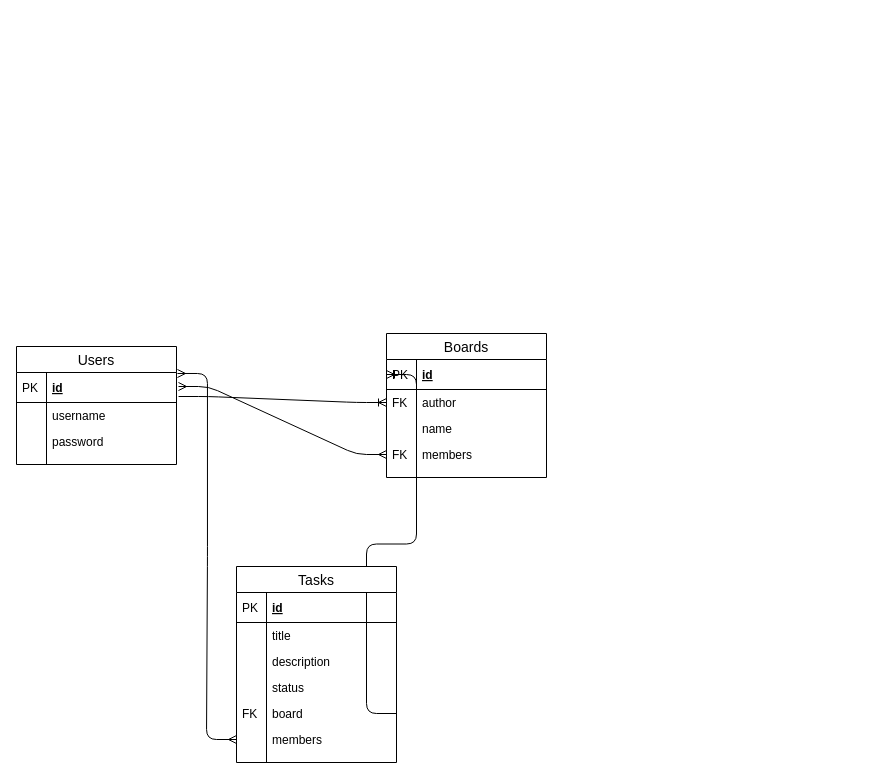
Before: server/database_design.drawio in hovanvydut/CRUD_Task, a draw.io diagram. Source tidied: cells renumbered, new cells numbered last; positions are measured from the earlier drawing's top-left corner, leaving out a move shared by most shapes. Both pictures are drawn from the tidied source at 100%, with x=0, y=0 at pixel (16, 333).
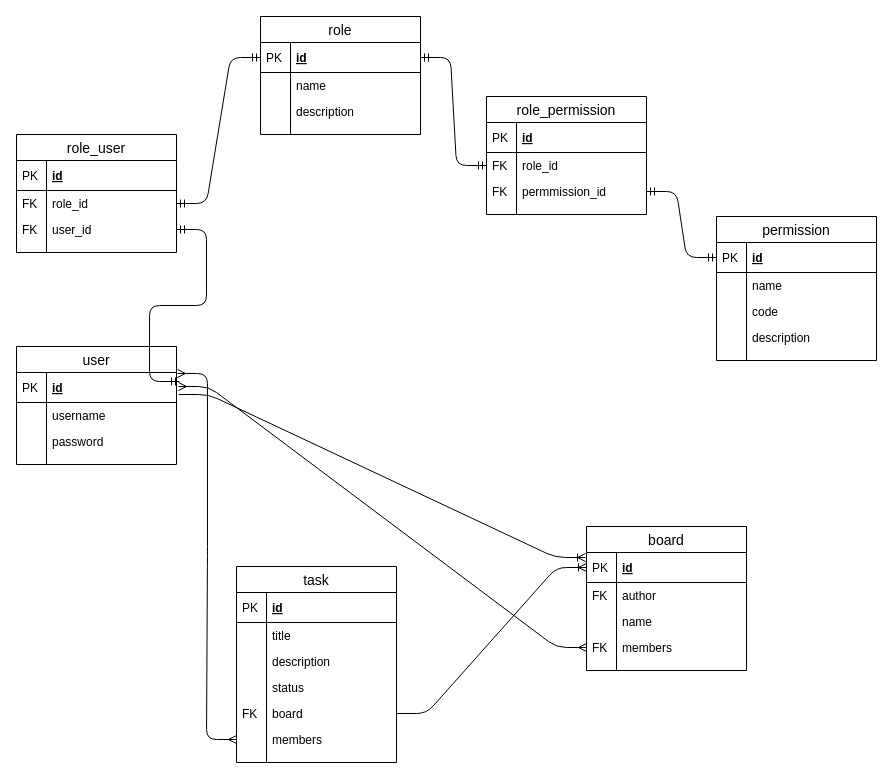
The same page after the edit.

The change refers to these unchanged cells:
```xml
<mxCell id="3" value="id" style="shape=partialRectangle;top=0;left=0;right=0;bottom=1;align=left;verticalAlign=middle;fillColor=none;spacingLeft=34;spacingRight=4;overflow=hidden;points=[[0,0.5],[1,0.5]];portConstraint=eastwest;fontStyle=5;fontSize=12;" parent="2" vertex="1">
  <mxGeometry y="26" width="160" height="30" as="geometry" />
</mxCell>
```

The edit, as a diff of the source:
```diff
@@
-    <mxCell id="2" value="Users" style="swimlane;fontStyle=0;horizontal=1;startSize=26;align=center;fontSize=14;" parent="1" vertex="1">
+    <mxCell id="2" value="user" style="swimlane;fontStyle=0;horizontal=1;startSize=26;align=center;fontSize=14;" parent="1" vertex="1">
       <mxGeometry y="13" width="160" height="118" as="geometry" />
     </mxCell>
@@
-    <mxCell id="11" value="Boards" style="swimlane;fontStyle=0;horizontal=1;startSize=26;align=center;fontSize=14;" parent="1" vertex="1">
-      <mxGeometry x="370" width="160" height="144" as="geometry" />
-    </mxCell>
-    <mxCell id="12" value="id" style="shape=partialRectangle;top=0;left=0;right=0;bottom=1;align=left;verticalAlign=middle;fillColor=none;spacingLeft=34;spacingRight=4;overflow=hidden;points=[[0,0.5],[1,0.5]];portConstraint=eastwest;fontStyle=5;fontSize=12;" parent="11" vertex="1">
-      <mxGeometry y="26" width="160" height="30" as="geometry" />
-    </mxCell>
-    <mxCell id="13" value="PK" style="shape=partialRectangle;top=0;left=0;bottom=0;fillColor=none;align=left;verticalAlign=middle;spacingLeft=4;spacingRight=4;overflow=hidden;fontSize=12;" parent="12" vertex="1">
-      <mxGeometry width="30" height="30" as="geometry" />
-    </mxCell>
-    <mxCell id="14" value="author" style="shape=partialRectangle;top=0;left=0;right=0;bottom=0;align=left;verticalAlign=top;fillColor=none;spacingLeft=34;spacingRight=4;overflow=hidden;points=[[0,0.5],[1,0.5]];portConstraint=eastwest;fontSize=12;" parent="11" vertex="1">
-      <mxGeometry y="56" width="160" height="26" as="geometry" />
-    </mxCell>
-    <mxCell id="15" value="FK" style="shape=partialRectangle;top=0;left=0;bottom=0;fillColor=none;align=left;verticalAlign=top;spacingLeft=4;spacingRight=4;overflow=hidden;fontSize=12;" parent="14" vertex="1">
-      <mxGeometry width="30" height="26" as="geometry" />
-    </mxCell>
-    <mxCell id="16" value="name" style="shape=partialRectangle;top=0;left=0;right=0;bottom=0;align=left;verticalAlign=top;fillColor=none;spacingLeft=34;spacingRight=4;overflow=hidden;fontSize=12;" parent="11" vertex="1">
-      <mxGeometry y="82" width="160" height="26" as="geometry" />
-    </mxCell>
-    <mxCell id="17" style="shape=partialRectangle;top=0;left=0;bottom=0;fillColor=none;align=left;verticalAlign=top;spacingLeft=4;spacingRight=4;overflow=hidden;fontSize=12;" parent="16" vertex="1">
-      <mxGeometry width="30" height="26" as="geometry" />
-    </mxCell>
-    <mxCell id="18" value="members" style="shape=partialRectangle;top=0;left=0;right=0;bottom=0;align=left;verticalAlign=top;fillColor=none;spacingLeft=34;spacingRight=4;overflow=hidden;points=[[0,0.5],[1,0.5]];portConstraint=eastwest;fontSize=12;" parent="11" vertex="1">
-      <mxGeometry y="108" width="160" height="26" as="geometry" />
-    </mxCell>
-    <mxCell id="19" value="FK" style="shape=partialRectangle;top=0;left=0;bottom=0;fillColor=none;align=left;verticalAlign=top;spacingLeft=4;spacingRight=4;overflow=hidden;fontSize=12;" parent="18" vertex="1">
-      <mxGeometry width="30" height="26" as="geometry" />
-    </mxCell>
-    <mxCell id="20" style="shape=partialRectangle;top=0;left=0;right=0;bottom=0;align=left;verticalAlign=top;fillColor=none;spacingLeft=34;spacingRight=4;overflow=hidden;fontSize=12;" parent="11" vertex="1">
-      <mxGeometry y="134" width="160" height="10" as="geometry" />
-    </mxCell>
-    <mxCell id="21" style="shape=partialRectangle;top=0;left=0;bottom=0;fillColor=none;align=left;verticalAlign=top;spacingLeft=4;spacingRight=4;overflow=hidden;fontSize=12;" parent="20" vertex="1">
-      <mxGeometry width="30" height="10" as="geometry" />
-    </mxCell>
-    <mxCell id="22" style="edgeStyle=entityRelationEdgeStyle;fontSize=12;html=1;endArrow=ERoneToMany;exitX=1.013;exitY=0.8;exitDx=0;exitDy=0;exitPerimeter=0;entryX=0;entryY=0.5;entryDx=0;entryDy=0;" parent="1" edge="1" source="3" target="14">
-      <mxGeometry relative="1" as="geometry" />
+    <mxCell id="22" style="edgeStyle=entityRelationEdgeStyle;fontSize=12;html=1;endArrow=ERoneToMany;exitX=1.013;exitY=0.8;exitDx=0;exitDy=0;exitPerimeter=0;entryX=-0.006;entryY=0.167;entryDx=0;entryDy=0;entryPerimeter=0;" parent="1" edge="1" target="12">
+      <mxGeometry relative="1" as="geometry">
+        <mxPoint x="162.1" y="61" as="sourcePoint" />
+      </mxGeometry>
     </mxCell>
@@
-    <mxCell id="26" value="Tasks" style="swimlane;fontStyle=0;horizontal=1;startSize=26;align=center;fontSize=14;" parent="1" vertex="1">
+    <mxCell id="26" value="task" style="swimlane;fontStyle=0;horizontal=1;startSize=26;align=center;fontSize=14;" parent="1" vertex="1">
       <mxGeometry x="220" y="233" width="160" height="196" as="geometry" />
     </mxCell>
@@
+    <mxCell id="41" value="role" style="swimlane;fontStyle=0;horizontal=1;startSize=26;align=center;fontSize=14;" parent="1" vertex="1">
+      <mxGeometry x="244" y="-317" width="160" height="118" as="geometry" />
+    </mxCell>
+    <mxCell id="42" value="id" style="shape=partialRectangle;top=0;left=0;right=0;bottom=1;align=left;verticalAlign=middle;fillColor=none;spacingLeft=34;spacingRight=4;overflow=hidden;points=[[0,0.5],[1,0.5]];portConstraint=eastwest;fontStyle=5;fontSize=12;" parent="41" vertex="1">
+      <mxGeometry y="26" width="160" height="30" as="geometry" />
+    </mxCell>
+    <mxCell id="43" value="PK" style="shape=partialRectangle;top=0;left=0;bottom=0;fillColor=none;align=left;verticalAlign=middle;spacingLeft=4;spacingRight=4;overflow=hidden;fontSize=12;" parent="42" vertex="1">
+      <mxGeometry width="30" height="30" as="geometry" />
+    </mxCell>
+    <mxCell id="44" value="name" style="shape=partialRectangle;top=0;left=0;right=0;bottom=0;align=left;verticalAlign=top;fillColor=none;spacingLeft=34;spacingRight=4;overflow=hidden;fontSize=12;" parent="41" vertex="1">
+      <mxGeometry y="56" width="160" height="26" as="geometry" />
+    </mxCell>
+    <mxCell id="45" style="shape=partialRectangle;top=0;left=0;bottom=0;fillColor=none;align=left;verticalAlign=top;spacingLeft=4;spacingRight=4;overflow=hidden;fontSize=12;" parent="44" vertex="1">
+      <mxGeometry width="30" height="26" as="geometry" />
+    </mxCell>
+    <mxCell id="46" value="description" style="shape=partialRectangle;top=0;left=0;right=0;bottom=0;align=left;verticalAlign=top;fillColor=none;spacingLeft=34;spacingRight=4;overflow=hidden;fontSize=12;" parent="41" vertex="1">
+      <mxGeometry y="82" width="160" height="26" as="geometry" />
+    </mxCell>
+    <mxCell id="47" style="shape=partialRectangle;top=0;left=0;bottom=0;fillColor=none;align=left;verticalAlign=top;spacingLeft=4;spacingRight=4;overflow=hidden;fontSize=12;" parent="46" vertex="1">
+      <mxGeometry width="30" height="26" as="geometry" />
+    </mxCell>
+    <mxCell id="48" style="shape=partialRectangle;top=0;left=0;right=0;bottom=0;align=left;verticalAlign=top;fillColor=none;spacingLeft=34;spacingRight=4;overflow=hidden;fontSize=12;" parent="41" vertex="1">
+      <mxGeometry y="108" width="160" height="10" as="geometry" />
+    </mxCell>
+    <mxCell id="49" style="shape=partialRectangle;top=0;left=0;bottom=0;fillColor=none;align=left;verticalAlign=top;spacingLeft=4;spacingRight=4;overflow=hidden;fontSize=12;" parent="48" vertex="1">
+      <mxGeometry width="30" height="10" as="geometry" />
+    </mxCell>
+    <mxCell id="50" value="role_user" style="swimlane;fontStyle=0;horizontal=1;startSize=26;align=center;fontSize=14;" parent="1" vertex="1">
+      <mxGeometry y="-199" width="160" height="118" as="geometry" />
+    </mxCell>
+    <mxCell id="51" value="id" style="shape=partialRectangle;top=0;left=0;right=0;bottom=1;align=left;verticalAlign=middle;fillColor=none;spacingLeft=34;spacingRight=4;overflow=hidden;fontStyle=5;fontSize=12;" parent="50" vertex="1">
+      <mxGeometry y="26" width="160" height="30" as="geometry" />
+    </mxCell>
+    <mxCell id="52" value="PK" style="shape=partialRectangle;top=0;left=0;bottom=0;fillColor=none;align=left;verticalAlign=middle;spacingLeft=4;spacingRight=4;overflow=hidden;fontSize=12;" parent="51" vertex="1">
+      <mxGeometry width="30" height="30" as="geometry" />
+    </mxCell>
+    <mxCell id="53" value="role_id" style="shape=partialRectangle;top=0;left=0;right=0;bottom=0;align=left;verticalAlign=top;fillColor=none;spacingLeft=34;spacingRight=4;overflow=hidden;points=[[0,0.5],[1,0.5]];portConstraint=eastwest;fontSize=12;" parent="50" vertex="1">
+      <mxGeometry y="56" width="160" height="26" as="geometry" />
+    </mxCell>
+    <mxCell id="54" value="FK" style="shape=partialRectangle;top=0;left=0;bottom=0;fillColor=none;align=left;verticalAlign=top;spacingLeft=4;spacingRight=4;overflow=hidden;fontSize=12;" parent="53" vertex="1">
+      <mxGeometry width="30" height="26" as="geometry" />
+    </mxCell>
+    <mxCell id="55" value="user_id" style="shape=partialRectangle;top=0;left=0;right=0;bottom=0;align=left;verticalAlign=top;fillColor=none;spacingLeft=34;spacingRight=4;overflow=hidden;points=[[0,0.5],[1,0.5]];portConstraint=eastwest;fontSize=12;" parent="50" vertex="1">
+      <mxGeometry y="82" width="160" height="26" as="geometry" />
+    </mxCell>
+    <mxCell id="56" value="FK" style="shape=partialRectangle;top=0;left=0;bottom=0;fillColor=none;align=left;verticalAlign=top;spacingLeft=4;spacingRight=4;overflow=hidden;fontSize=12;" parent="55" vertex="1">
+      <mxGeometry width="30" height="26" as="geometry" />
+    </mxCell>
+    <mxCell id="57" style="shape=partialRectangle;top=0;left=0;right=0;bottom=0;align=left;verticalAlign=top;fillColor=none;spacingLeft=34;spacingRight=4;overflow=hidden;fontSize=12;" parent="50" vertex="1">
+      <mxGeometry y="108" width="160" height="10" as="geometry" />
+    </mxCell>
+    <mxCell id="58" style="shape=partialRectangle;top=0;left=0;bottom=0;fillColor=none;align=left;verticalAlign=top;spacingLeft=4;spacingRight=4;overflow=hidden;fontSize=12;" parent="57" vertex="1">
+      <mxGeometry width="30" height="10" as="geometry" />
+    </mxCell>
+    <mxCell id="59" style="edgeStyle=entityRelationEdgeStyle;fontSize=12;html=1;endArrow=ERmandOne;startArrow=ERmandOne;entryX=0;entryY=0.5;entryDx=0;entryDy=0;exitX=1;exitY=0.5;exitDx=0;exitDy=0;" parent="1" edge="1" source="53" target="42">
+      <mxGeometry relative="1" as="geometry" />
+    </mxCell>
+    <mxCell id="60" style="edgeStyle=entityRelationEdgeStyle;fontSize=12;html=1;endArrow=ERmandOne;startArrow=ERmandOne;entryX=1;entryY=0.5;entryDx=0;entryDy=0;exitX=1.019;exitY=0.3;exitDx=0;exitDy=0;exitPerimeter=0;" parent="1" edge="1" source="3" target="55">
+      <mxGeometry relative="1" as="geometry" />
+    </mxCell>
+    <mxCell id="61" value="role_permission" style="swimlane;fontStyle=0;horizontal=1;startSize=26;align=center;fontSize=14;" parent="1" vertex="1">
+      <mxGeometry x="470" y="-237" width="160" height="118" as="geometry" />
+    </mxCell>
+    <mxCell id="62" value="id" style="shape=partialRectangle;top=0;left=0;right=0;bottom=1;align=left;verticalAlign=middle;fillColor=none;spacingLeft=34;spacingRight=4;overflow=hidden;fontStyle=5;fontSize=12;" parent="61" vertex="1">
+      <mxGeometry y="26" width="160" height="30" as="geometry" />
+    </mxCell>
+    <mxCell id="63" value="PK" style="shape=partialRectangle;top=0;left=0;bottom=0;fillColor=none;align=left;verticalAlign=middle;spacingLeft=4;spacingRight=4;overflow=hidden;fontSize=12;" parent="62" vertex="1">
+      <mxGeometry width="30" height="30" as="geometry" />
+    </mxCell>
+    <mxCell id="64" value="role_id" style="shape=partialRectangle;top=0;left=0;right=0;bottom=0;align=left;verticalAlign=top;fillColor=none;spacingLeft=34;spacingRight=4;overflow=hidden;points=[[0,0.5],[1,0.5]];portConstraint=eastwest;fontSize=12;" parent="61" vertex="1">
+      <mxGeometry y="56" width="160" height="26" as="geometry" />
+    </mxCell>
+    <mxCell id="65" value="FK" style="shape=partialRectangle;top=0;left=0;bottom=0;fillColor=none;align=left;verticalAlign=top;spacingLeft=4;spacingRight=4;overflow=hidden;fontSize=12;" parent="64" vertex="1">
+      <mxGeometry width="30" height="26" as="geometry" />
+    </mxCell>
+    <mxCell id="66" value="permmission_id" style="shape=partialRectangle;top=0;left=0;right=0;bottom=0;align=left;verticalAlign=top;fillColor=none;spacingLeft=34;spacingRight=4;overflow=hidden;points=[[0,0.5],[1,0.5]];portConstraint=eastwest;fontSize=12;" parent="61" vertex="1">
+      <mxGeometry y="82" width="160" height="26" as="geometry" />
+    </mxCell>
+    <mxCell id="67" value="FK" style="shape=partialRectangle;top=0;left=0;bottom=0;fillColor=none;align=left;verticalAlign=top;spacingLeft=4;spacingRight=4;overflow=hidden;fontSize=12;" parent="66" vertex="1">
+      <mxGeometry width="30" height="26" as="geometry" />
+    </mxCell>
+    <mxCell id="68" style="shape=partialRectangle;top=0;left=0;right=0;bottom=0;align=left;verticalAlign=top;fillColor=none;spacingLeft=34;spacingRight=4;overflow=hidden;fontSize=12;" parent="61" vertex="1">
+      <mxGeometry y="108" width="160" height="10" as="geometry" />
+    </mxCell>
+    <mxCell id="69" style="shape=partialRectangle;top=0;left=0;bottom=0;fillColor=none;align=left;verticalAlign=top;spacingLeft=4;spacingRight=4;overflow=hidden;fontSize=12;" parent="68" vertex="1">
+      <mxGeometry width="30" height="10" as="geometry" />
+    </mxCell>
+    <mxCell id="70" style="edgeStyle=entityRelationEdgeStyle;fontSize=12;html=1;endArrow=ERmandOne;startArrow=ERmandOne;entryX=0;entryY=0.5;entryDx=0;entryDy=0;exitX=1;exitY=0.5;exitDx=0;exitDy=0;" parent="1" edge="1" source="42" target="64">
+      <mxGeometry relative="1" as="geometry" />
+    </mxCell>
+    <mxCell id="71" style="edgeStyle=entityRelationEdgeStyle;fontSize=12;html=1;endArrow=ERmandOne;startArrow=ERmandOne;entryX=0;entryY=0.5;entryDx=0;entryDy=0;exitX=1;exitY=0.5;exitDx=0;exitDy=0;" parent="1" edge="1" source="66" target="73">
+      <mxGeometry relative="1" as="geometry" />
+    </mxCell>
+    <mxCell id="72" value="permission" style="swimlane;fontStyle=0;horizontal=1;startSize=26;align=center;fontSize=14;" parent="1" vertex="1">
+      <mxGeometry x="700" y="-117" width="160" height="144" as="geometry" />
+    </mxCell>
+    <mxCell id="73" value="id" style="shape=partialRectangle;top=0;left=0;right=0;bottom=1;align=left;verticalAlign=middle;fillColor=none;spacingLeft=34;spacingRight=4;overflow=hidden;points=[[0,0.5],[1,0.5]];portConstraint=eastwest;fontStyle=5;fontSize=12;" parent="72" vertex="1">
+      <mxGeometry y="26" width="160" height="30" as="geometry" />
+    </mxCell>
+    <mxCell id="74" value="PK" style="shape=partialRectangle;top=0;left=0;bottom=0;fillColor=none;align=left;verticalAlign=middle;spacingLeft=4;spacingRight=4;overflow=hidden;fontSize=12;" parent="73" vertex="1">
+      <mxGeometry width="30" height="30" as="geometry" />
+    </mxCell>
+    <mxCell id="75" value="name" style="shape=partialRectangle;top=0;left=0;right=0;bottom=0;align=left;verticalAlign=top;fillColor=none;spacingLeft=34;spacingRight=4;overflow=hidden;fontSize=12;" parent="72" vertex="1">
+      <mxGeometry y="56" width="160" height="26" as="geometry" />
+    </mxCell>
+    <mxCell id="76" style="shape=partialRectangle;top=0;left=0;bottom=0;fillColor=none;align=left;verticalAlign=top;spacingLeft=4;spacingRight=4;overflow=hidden;fontSize=12;" parent="75" vertex="1">
+      <mxGeometry width="30" height="26" as="geometry" />
+    </mxCell>
+    <mxCell id="77" value="code" style="shape=partialRectangle;top=0;left=0;right=0;bottom=0;align=left;verticalAlign=top;fillColor=none;spacingLeft=34;spacingRight=4;overflow=hidden;fontSize=12;" parent="72" vertex="1">
+      <mxGeometry y="82" width="160" height="26" as="geometry" />
+    </mxCell>
+    <mxCell id="78" style="shape=partialRectangle;top=0;left=0;bottom=0;fillColor=none;align=left;verticalAlign=top;spacingLeft=4;spacingRight=4;overflow=hidden;fontSize=12;" parent="77" vertex="1">
+      <mxGeometry width="30" height="26" as="geometry" />
+    </mxCell>
+    <mxCell id="79" value="description" style="shape=partialRectangle;top=0;left=0;right=0;bottom=0;align=left;verticalAlign=top;fillColor=none;spacingLeft=34;spacingRight=4;overflow=hidden;fontSize=12;" parent="72" vertex="1">
+      <mxGeometry y="108" width="160" height="26" as="geometry" />
+    </mxCell>
+    <mxCell id="80" style="shape=partialRectangle;top=0;left=0;bottom=0;fillColor=none;align=left;verticalAlign=top;spacingLeft=4;spacingRight=4;overflow=hidden;fontSize=12;" parent="79" vertex="1">
+      <mxGeometry width="30" height="26" as="geometry" />
+    </mxCell>
+    <mxCell id="81" style="shape=partialRectangle;top=0;left=0;right=0;bottom=0;align=left;verticalAlign=top;fillColor=none;spacingLeft=34;spacingRight=4;overflow=hidden;fontSize=12;" parent="72" vertex="1">
+      <mxGeometry y="134" width="160" height="10" as="geometry" />
+    </mxCell>
+    <mxCell id="82" style="shape=partialRectangle;top=0;left=0;bottom=0;fillColor=none;align=left;verticalAlign=top;spacingLeft=4;spacingRight=4;overflow=hidden;fontSize=12;" parent="81" vertex="1">
+      <mxGeometry width="30" height="10" as="geometry" />
+    </mxCell>
+    <mxCell id="11" value="board" style="swimlane;fontStyle=0;horizontal=1;startSize=26;align=center;fontSize=14;" parent="1" vertex="1">
+      <mxGeometry x="570" y="193" width="160" height="144" as="geometry" />
+    </mxCell>
+    <mxCell id="12" value="id" style="shape=partialRectangle;top=0;left=0;right=0;bottom=1;align=left;verticalAlign=middle;fillColor=none;spacingLeft=34;spacingRight=4;overflow=hidden;points=[[0,0.5],[1,0.5]];portConstraint=eastwest;fontStyle=5;fontSize=12;" parent="11" vertex="1">
+      <mxGeometry y="26" width="160" height="30" as="geometry" />
+    </mxCell>
+    <mxCell id="13" value="PK" style="shape=partialRectangle;top=0;left=0;bottom=0;fillColor=none;align=left;verticalAlign=middle;spacingLeft=4;spacingRight=4;overflow=hidden;fontSize=12;" parent="12" vertex="1">
+      <mxGeometry width="30" height="30" as="geometry" />
+    </mxCell>
+    <mxCell id="14" value="author" style="shape=partialRectangle;top=0;left=0;right=0;bottom=0;align=left;verticalAlign=top;fillColor=none;spacingLeft=34;spacingRight=4;overflow=hidden;points=[[0,0.5],[1,0.5]];portConstraint=eastwest;fontSize=12;" parent="11" vertex="1">
+      <mxGeometry y="56" width="160" height="26" as="geometry" />
+    </mxCell>
+    <mxCell id="15" value="FK" style="shape=partialRectangle;top=0;left=0;bottom=0;fillColor=none;align=left;verticalAlign=top;spacingLeft=4;spacingRight=4;overflow=hidden;fontSize=12;" parent="14" vertex="1">
+      <mxGeometry width="30" height="26" as="geometry" />
+    </mxCell>
+    <mxCell id="16" value="name" style="shape=partialRectangle;top=0;left=0;right=0;bottom=0;align=left;verticalAlign=top;fillColor=none;spacingLeft=34;spacingRight=4;overflow=hidden;fontSize=12;" parent="11" vertex="1">
+      <mxGeometry y="82" width="160" height="26" as="geometry" />
+    </mxCell>
+    <mxCell id="17" style="shape=partialRectangle;top=0;left=0;bottom=0;fillColor=none;align=left;verticalAlign=top;spacingLeft=4;spacingRight=4;overflow=hidden;fontSize=12;" parent="16" vertex="1">
+      <mxGeometry width="30" height="26" as="geometry" />
+    </mxCell>
+    <mxCell id="18" value="members" style="shape=partialRectangle;top=0;left=0;right=0;bottom=0;align=left;verticalAlign=top;fillColor=none;spacingLeft=34;spacingRight=4;overflow=hidden;points=[[0,0.5],[1,0.5]];portConstraint=eastwest;fontSize=12;" parent="11" vertex="1">
+      <mxGeometry y="108" width="160" height="26" as="geometry" />
+    </mxCell>
+    <mxCell id="19" value="FK" style="shape=partialRectangle;top=0;left=0;bottom=0;fillColor=none;align=left;verticalAlign=top;spacingLeft=4;spacingRight=4;overflow=hidden;fontSize=12;" parent="18" vertex="1">
+      <mxGeometry width="30" height="26" as="geometry" />
+    </mxCell>
+    <mxCell id="20" style="shape=partialRectangle;top=0;left=0;right=0;bottom=0;align=left;verticalAlign=top;fillColor=none;spacingLeft=34;spacingRight=4;overflow=hidden;fontSize=12;" parent="11" vertex="1">
+      <mxGeometry y="134" width="160" height="10" as="geometry" />
+    </mxCell>
+    <mxCell id="21" style="shape=partialRectangle;top=0;left=0;bottom=0;fillColor=none;align=left;verticalAlign=top;spacingLeft=4;spacingRight=4;overflow=hidden;fontSize=12;" parent="20" vertex="1">
+      <mxGeometry width="30" height="10" as="geometry" />
+    </mxCell>
```
